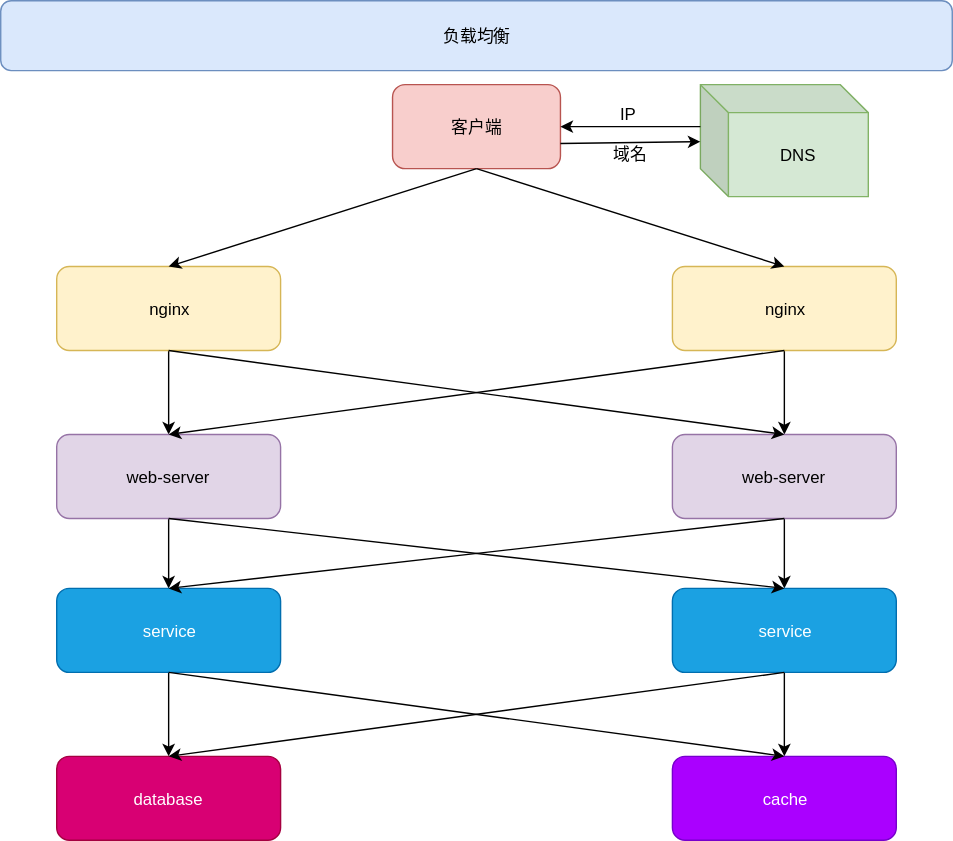
cd-home/Root keeps this draw.io diagram as 19-基础设施/00-网关/00-Nginx/images/负载均衡1.svg. Above is the earlier version. Source tidied: cells renumbered, new cells last; positions are measured from the earlier drawing's top-left corner, leaving out a move shared by most shapes. The source it was exported from:
```xml
<mxGraphModel>
  <root>
    <mxCell id="0" />
    <mxCell id="1" parent="0" />
    <mxCell id="2" value="负载均衡" style="rounded=1;whiteSpace=wrap;html=1;fillColor=#dae8fc;strokeColor=#6c8ebf;" parent="1" vertex="1">
      <mxGeometry width="680" height="50" as="geometry" />
    </mxCell>
    <mxCell id="3" style="edgeStyle=orthogonalEdgeStyle;rounded=0;jettySize=auto;html=1;" parent="1" edge="1" source="4" target="6">
      <mxGeometry relative="1" as="geometry" />
    </mxCell>
    <mxCell id="4" value="nginx" style="rounded=1;whiteSpace=wrap;html=1;fillColor=#fff2cc;strokeColor=#d6b656;" parent="1" vertex="1">
      <mxGeometry x="40" y="190" width="160" height="60" as="geometry" />
    </mxCell>
    <mxCell id="5" style="edgeStyle=orthogonalEdgeStyle;rounded=0;jettySize=auto;html=1;" parent="1" edge="1" source="6" target="8">
      <mxGeometry relative="1" as="geometry" />
    </mxCell>
    <mxCell id="6" value="web-server" style="rounded=1;whiteSpace=wrap;html=1;fillColor=#e1d5e7;strokeColor=#9673a6;" parent="1" vertex="1">
      <mxGeometry x="40" y="310" width="160" height="60" as="geometry" />
    </mxCell>
    <mxCell id="7" style="edgeStyle=orthogonalEdgeStyle;rounded=0;jettySize=auto;html=1;" parent="1" edge="1" source="8" target="9">
      <mxGeometry relative="1" as="geometry" />
    </mxCell>
    <mxCell id="8" value="service" style="rounded=1;whiteSpace=wrap;html=1;fillColor=#1ba1e2;strokeColor=#006EAF;fontColor=#ffffff;" parent="1" vertex="1">
      <mxGeometry x="40" y="420" width="160" height="60" as="geometry" />
    </mxCell>
    <mxCell id="9" value="database" style="rounded=1;whiteSpace=wrap;html=1;fillColor=#d80073;strokeColor=#A50040;fontColor=#ffffff;" parent="1" vertex="1">
      <mxGeometry x="40" y="540" width="160" height="60" as="geometry" />
    </mxCell>
    <mxCell id="10" style="edgeStyle=orthogonalEdgeStyle;rounded=0;jettySize=auto;html=1;" parent="1" edge="1" source="11" target="13">
      <mxGeometry relative="1" as="geometry" />
    </mxCell>
    <mxCell id="11" value="nginx" style="rounded=1;whiteSpace=wrap;html=1;fillColor=#fff2cc;strokeColor=#d6b656;" parent="1" vertex="1">
      <mxGeometry x="480" y="190" width="160" height="60" as="geometry" />
    </mxCell>
    <mxCell id="12" style="edgeStyle=orthogonalEdgeStyle;rounded=0;jettySize=auto;html=1;" parent="1" edge="1" source="13" target="15">
      <mxGeometry relative="1" as="geometry" />
    </mxCell>
    <mxCell id="13" value="web-server" style="rounded=1;whiteSpace=wrap;html=1;fillColor=#e1d5e7;strokeColor=#9673a6;" parent="1" vertex="1">
      <mxGeometry x="480" y="310" width="160" height="60" as="geometry" />
    </mxCell>
    <mxCell id="14" style="edgeStyle=orthogonalEdgeStyle;rounded=0;jettySize=auto;html=1;" parent="1" edge="1" source="15" target="16">
      <mxGeometry relative="1" as="geometry" />
    </mxCell>
    <mxCell id="15" value="service" style="rounded=1;whiteSpace=wrap;html=1;fillColor=#1ba1e2;strokeColor=#006EAF;fontColor=#ffffff;" parent="1" vertex="1">
      <mxGeometry x="480" y="420" width="160" height="60" as="geometry" />
    </mxCell>
    <mxCell id="16" value="cache" style="rounded=1;whiteSpace=wrap;html=1;fillColor=#aa00ff;strokeColor=#7700CC;fontColor=#ffffff;" parent="1" vertex="1">
      <mxGeometry x="480" y="540" width="160" height="60" as="geometry" />
    </mxCell>
    <mxCell id="17" value="客户端" style="rounded=1;whiteSpace=wrap;html=1;fillColor=#f8cecc;strokeColor=#b85450;" parent="1" vertex="1">
      <mxGeometry x="280" y="60" width="120" height="60" as="geometry" />
    </mxCell>
    <mxCell id="18" value="DNS" style="shape=cube;whiteSpace=wrap;html=1;boundedLbl=1;backgroundOutline=1;darkOpacity=0.05;darkOpacity2=0.1;fillColor=#d5e8d4;strokeColor=#82b366;" parent="1" vertex="1">
      <mxGeometry x="500" y="60" width="120" height="80" as="geometry" />
    </mxCell>
    <mxCell id="19" style="endArrow=classic;html=1;exitX=0.5;exitY=1;exitDx=0;exitDy=0;entryX=0.5;entryY=0;entryDx=0;entryDy=0;" parent="1" edge="1" source="17" target="4">
      <mxGeometry relative="1" as="geometry" />
    </mxCell>
    <mxCell id="20" style="endArrow=classic;html=1;exitX=0.5;exitY=1;exitDx=0;exitDy=0;entryX=0.5;entryY=0;entryDx=0;entryDy=0;" parent="1" edge="1" source="17" target="11">
      <mxGeometry relative="1" as="geometry" />
    </mxCell>
    <mxCell id="21" style="endArrow=classic;html=1;exitX=0;exitY=0;exitDx=0;exitDy=30;exitPerimeter=0;entryX=1;entryY=0.5;entryDx=0;entryDy=0;" parent="1" edge="1" source="18" target="17">
      <mxGeometry relative="1" as="geometry" />
    </mxCell>
    <mxCell id="22" style="endArrow=classic;html=1;" parent="1" edge="1" target="18">
      <mxGeometry relative="1" as="geometry">
        <mxPoint x="400" y="102" as="sourcePoint" />
      </mxGeometry>
    </mxCell>
    <mxCell id="23" style="endArrow=classic;html=1;exitX=0.5;exitY=1;exitDx=0;exitDy=0;entryX=0.5;entryY=0;entryDx=0;entryDy=0;" parent="1" edge="1" source="4" target="13">
      <mxGeometry relative="1" as="geometry" />
    </mxCell>
    <mxCell id="24" style="endArrow=classic;html=1;exitX=0.5;exitY=1;exitDx=0;exitDy=0;entryX=0.5;entryY=0;entryDx=0;entryDy=0;" parent="1" edge="1" source="11" target="6">
      <mxGeometry relative="1" as="geometry" />
    </mxCell>
    <mxCell id="25" style="endArrow=classic;html=1;exitX=0.5;exitY=1;exitDx=0;exitDy=0;entryX=0.5;entryY=0;entryDx=0;entryDy=0;" parent="1" edge="1" source="6" target="15">
      <mxGeometry relative="1" as="geometry" />
    </mxCell>
    <mxCell id="26" style="endArrow=classic;html=1;exitX=0.5;exitY=1;exitDx=0;exitDy=0;entryX=0.5;entryY=0;entryDx=0;entryDy=0;" parent="1" edge="1" source="13" target="8">
      <mxGeometry relative="1" as="geometry" />
    </mxCell>
    <mxCell id="27" style="endArrow=classic;html=1;exitX=0.5;exitY=1;exitDx=0;exitDy=0;entryX=0.5;entryY=0;entryDx=0;entryDy=0;" parent="1" edge="1" source="8" target="16">
      <mxGeometry relative="1" as="geometry" />
    </mxCell>
    <mxCell id="28" style="endArrow=classic;html=1;exitX=0.5;exitY=1;exitDx=0;exitDy=0;entryX=0.5;entryY=0;entryDx=0;entryDy=0;" parent="1" edge="1" source="15" target="9">
      <mxGeometry relative="1" as="geometry" />
    </mxCell>
    <mxCell id="29" value="IP" style="text;html=1;align=left;verticalAlign=top;spacingTop=-4;" parent="1" vertex="1">
      <mxGeometry x="441" y="72" width="30" height="20" as="geometry" />
    </mxCell>
    <mxCell id="30" value="域名" style="text;html=1;align=left;verticalAlign=top;spacingTop=-4;" parent="1" vertex="1">
      <mxGeometry x="436" y="100" width="40" height="20" as="geometry" />
    </mxCell>
  </root>
</mxGraphModel>
```
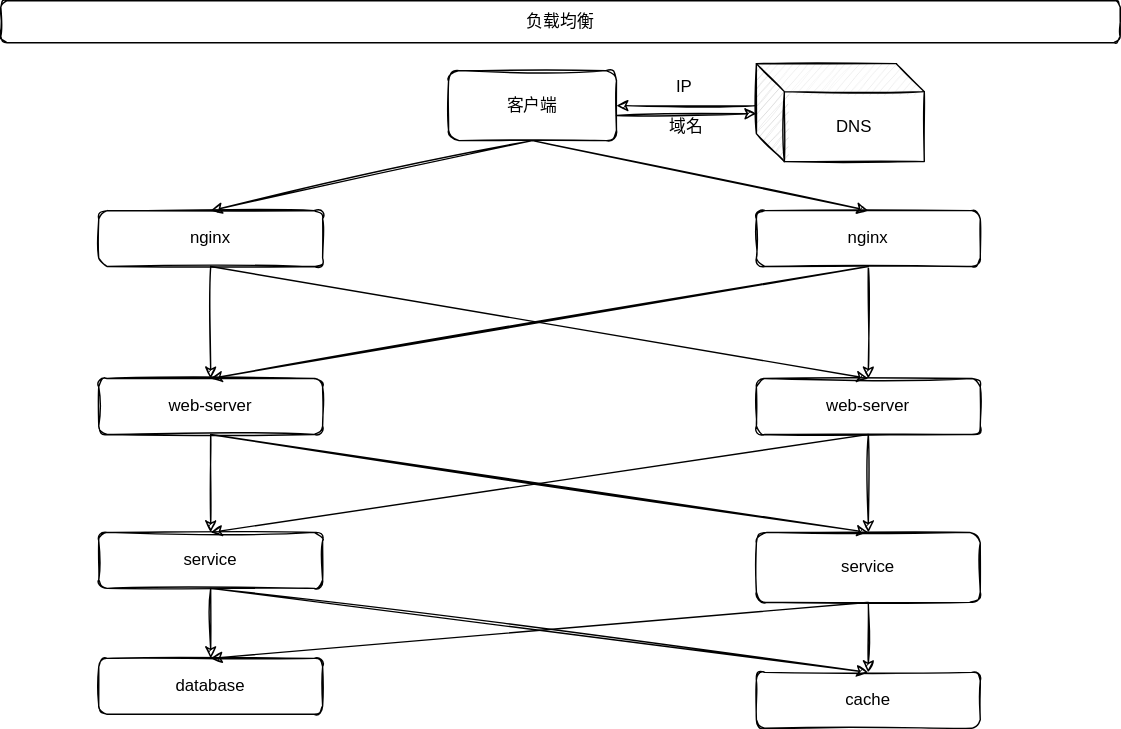
After the change.

What changed in the source:
```diff
@@ -2,93 +2,93 @@
   <root>
     <mxCell id="0" />
     <mxCell id="1" parent="0" />
-    <mxCell id="2" value="负载均衡" style="rounded=1;whiteSpace=wrap;html=1;fillColor=#dae8fc;strokeColor=#6c8ebf;" parent="1" vertex="1">
-      <mxGeometry width="680" height="50" as="geometry" />
+    <mxCell id="2" value="负载均衡" style="rounded=1;whiteSpace=wrap;html=1;sketch=1;" parent="1" vertex="1">
+      <mxGeometry x="-40" y="20" width="800" height="30" as="geometry" />
     </mxCell>
-    <mxCell id="3" style="edgeStyle=orthogonalEdgeStyle;rounded=0;jettySize=auto;html=1;" parent="1" edge="1" source="4" target="6">
+    <mxCell id="3" style="edgeStyle=orthogonalEdgeStyle;rounded=0;jettySize=auto;html=1;sketch=1;" parent="1" edge="1" source="4" target="6">
       <mxGeometry relative="1" as="geometry" />
     </mxCell>
-    <mxCell id="4" value="nginx" style="rounded=1;whiteSpace=wrap;html=1;fillColor=#fff2cc;strokeColor=#d6b656;" parent="1" vertex="1">
-      <mxGeometry x="40" y="190" width="160" height="60" as="geometry" />
+    <mxCell id="4" value="nginx" style="rounded=1;whiteSpace=wrap;html=1;sketch=1;" parent="1" vertex="1">
+      <mxGeometry x="30" y="170" width="160" height="40" as="geometry" />
     </mxCell>
-    <mxCell id="5" style="edgeStyle=orthogonalEdgeStyle;rounded=0;jettySize=auto;html=1;" parent="1" edge="1" source="6" target="8">
+    <mxCell id="5" style="edgeStyle=orthogonalEdgeStyle;rounded=0;jettySize=auto;html=1;sketch=1;" parent="1" edge="1" source="6" target="8">
       <mxGeometry relative="1" as="geometry" />
     </mxCell>
-    <mxCell id="6" value="web-server" style="rounded=1;whiteSpace=wrap;html=1;fillColor=#e1d5e7;strokeColor=#9673a6;" parent="1" vertex="1">
-      <mxGeometry x="40" y="310" width="160" height="60" as="geometry" />
+    <mxCell id="6" value="web-server" style="rounded=1;whiteSpace=wrap;html=1;sketch=1;" parent="1" vertex="1">
+      <mxGeometry x="30" y="290" width="160" height="40" as="geometry" />
     </mxCell>
-    <mxCell id="7" style="edgeStyle=orthogonalEdgeStyle;rounded=0;jettySize=auto;html=1;" parent="1" edge="1" source="8" target="9">
+    <mxCell id="7" style="edgeStyle=orthogonalEdgeStyle;rounded=0;jettySize=auto;html=1;sketch=1;" parent="1" edge="1" source="8" target="9">
       <mxGeometry relative="1" as="geometry" />
     </mxCell>
-    <mxCell id="8" value="service" style="rounded=1;whiteSpace=wrap;html=1;fillColor=#1ba1e2;strokeColor=#006EAF;fontColor=#ffffff;" parent="1" vertex="1">
-      <mxGeometry x="40" y="420" width="160" height="60" as="geometry" />
+    <mxCell id="8" value="service" style="rounded=1;whiteSpace=wrap;html=1;sketch=1;" parent="1" vertex="1">
+      <mxGeometry x="30" y="400" width="160" height="40" as="geometry" />
     </mxCell>
-    <mxCell id="9" value="database" style="rounded=1;whiteSpace=wrap;html=1;fillColor=#d80073;strokeColor=#A50040;fontColor=#ffffff;" parent="1" vertex="1">
-      <mxGeometry x="40" y="540" width="160" height="60" as="geometry" />
+    <mxCell id="9" value="database" style="rounded=1;whiteSpace=wrap;html=1;sketch=1;" parent="1" vertex="1">
+      <mxGeometry x="30" y="490" width="160" height="40" as="geometry" />
     </mxCell>
-    <mxCell id="10" style="edgeStyle=orthogonalEdgeStyle;rounded=0;jettySize=auto;html=1;" parent="1" edge="1" source="11" target="13">
+    <mxCell id="10" style="edgeStyle=orthogonalEdgeStyle;rounded=0;jettySize=auto;html=1;sketch=1;" parent="1" edge="1" source="11" target="13">
       <mxGeometry relative="1" as="geometry" />
     </mxCell>
-    <mxCell id="11" value="nginx" style="rounded=1;whiteSpace=wrap;html=1;fillColor=#fff2cc;strokeColor=#d6b656;" parent="1" vertex="1">
-      <mxGeometry x="480" y="190" width="160" height="60" as="geometry" />
+    <mxCell id="11" value="nginx" style="rounded=1;whiteSpace=wrap;html=1;sketch=1;" parent="1" vertex="1">
+      <mxGeometry x="500" y="170" width="160" height="40" as="geometry" />
     </mxCell>
-    <mxCell id="12" style="edgeStyle=orthogonalEdgeStyle;rounded=0;jettySize=auto;html=1;" parent="1" edge="1" source="13" target="15">
+    <mxCell id="12" style="edgeStyle=orthogonalEdgeStyle;rounded=0;jettySize=auto;html=1;sketch=1;" parent="1" edge="1" source="13" target="15">
       <mxGeometry relative="1" as="geometry" />
     </mxCell>
-    <mxCell id="13" value="web-server" style="rounded=1;whiteSpace=wrap;html=1;fillColor=#e1d5e7;strokeColor=#9673a6;" parent="1" vertex="1">
-      <mxGeometry x="480" y="310" width="160" height="60" as="geometry" />
+    <mxCell id="13" value="web-server" style="rounded=1;whiteSpace=wrap;html=1;sketch=1;" parent="1" vertex="1">
+      <mxGeometry x="500" y="290" width="160" height="40" as="geometry" />
     </mxCell>
-    <mxCell id="14" style="edgeStyle=orthogonalEdgeStyle;rounded=0;jettySize=auto;html=1;" parent="1" edge="1" source="15" target="16">
+    <mxCell id="14" style="edgeStyle=orthogonalEdgeStyle;rounded=0;jettySize=auto;html=1;sketch=1;" parent="1" edge="1" source="15" target="16">
       <mxGeometry relative="1" as="geometry" />
     </mxCell>
-    <mxCell id="15" value="service" style="rounded=1;whiteSpace=wrap;html=1;fillColor=#1ba1e2;strokeColor=#006EAF;fontColor=#ffffff;" parent="1" vertex="1">
-      <mxGeometry x="480" y="420" width="160" height="60" as="geometry" />
+    <mxCell id="15" value="service" style="rounded=1;whiteSpace=wrap;html=1;sketch=1;" parent="1" vertex="1">
+      <mxGeometry x="500" y="400" width="160" height="50" as="geometry" />
     </mxCell>
-    <mxCell id="16" value="cache" style="rounded=1;whiteSpace=wrap;html=1;fillColor=#aa00ff;strokeColor=#7700CC;fontColor=#ffffff;" parent="1" vertex="1">
-      <mxGeometry x="480" y="540" width="160" height="60" as="geometry" />
+    <mxCell id="16" value="cache" style="rounded=1;whiteSpace=wrap;html=1;sketch=1;" parent="1" vertex="1">
+      <mxGeometry x="500" y="520" width="160" height="40" as="geometry" />
     </mxCell>
-    <mxCell id="17" value="客户端" style="rounded=1;whiteSpace=wrap;html=1;fillColor=#f8cecc;strokeColor=#b85450;" parent="1" vertex="1">
-      <mxGeometry x="280" y="60" width="120" height="60" as="geometry" />
+    <mxCell id="17" value="客户端" style="rounded=1;whiteSpace=wrap;html=1;sketch=1;" parent="1" vertex="1">
+      <mxGeometry x="280" y="70" width="120" height="50" as="geometry" />
     </mxCell>
-    <mxCell id="18" value="DNS" style="shape=cube;whiteSpace=wrap;html=1;boundedLbl=1;backgroundOutline=1;darkOpacity=0.05;darkOpacity2=0.1;fillColor=#d5e8d4;strokeColor=#82b366;" parent="1" vertex="1">
-      <mxGeometry x="500" y="60" width="120" height="80" as="geometry" />
+    <mxCell id="18" value="DNS" style="shape=cube;whiteSpace=wrap;html=1;boundedLbl=1;backgroundOutline=1;darkOpacity=0.05;darkOpacity2=0.1;sketch=1;" parent="1" vertex="1">
+      <mxGeometry x="500" y="65" width="120" height="70" as="geometry" />
     </mxCell>
-    <mxCell id="19" style="endArrow=classic;html=1;exitX=0.5;exitY=1;exitDx=0;exitDy=0;entryX=0.5;entryY=0;entryDx=0;entryDy=0;" parent="1" edge="1" source="17" target="4">
+    <mxCell id="19" style="endArrow=classic;html=1;exitX=0.5;exitY=1;exitDx=0;exitDy=0;entryX=0.5;entryY=0;entryDx=0;entryDy=0;sketch=1;" parent="1" edge="1" source="17" target="4">
       <mxGeometry relative="1" as="geometry" />
     </mxCell>
-    <mxCell id="20" style="endArrow=classic;html=1;exitX=0.5;exitY=1;exitDx=0;exitDy=0;entryX=0.5;entryY=0;entryDx=0;entryDy=0;" parent="1" edge="1" source="17" target="11">
+    <mxCell id="20" style="endArrow=classic;html=1;exitX=0.5;exitY=1;exitDx=0;exitDy=0;entryX=0.5;entryY=0;entryDx=0;entryDy=0;sketch=1;" parent="1" edge="1" source="17" target="11">
       <mxGeometry relative="1" as="geometry" />
     </mxCell>
-    <mxCell id="21" style="endArrow=classic;html=1;exitX=0;exitY=0;exitDx=0;exitDy=30;exitPerimeter=0;entryX=1;entryY=0.5;entryDx=0;entryDy=0;" parent="1" edge="1" source="18" target="17">
+    <mxCell id="21" style="endArrow=classic;html=1;exitX=0;exitY=0;exitDx=0;exitDy=30;exitPerimeter=0;entryX=1;entryY=0.5;entryDx=0;entryDy=0;sketch=1;" parent="1" edge="1" source="18" target="17">
       <mxGeometry relative="1" as="geometry" />
     </mxCell>
-    <mxCell id="22" style="endArrow=classic;html=1;" parent="1" edge="1" target="18">
+    <mxCell id="22" style="endArrow=classic;html=1;sketch=1;" parent="1" edge="1" target="18">
       <mxGeometry relative="1" as="geometry">
         <mxPoint x="400" y="102" as="sourcePoint" />
       </mxGeometry>
     </mxCell>
-    <mxCell id="23" style="endArrow=classic;html=1;exitX=0.5;exitY=1;exitDx=0;exitDy=0;entryX=0.5;entryY=0;entryDx=0;entryDy=0;" parent="1" edge="1" source="4" target="13">
+    <mxCell id="23" style="endArrow=classic;html=1;exitX=0.5;exitY=1;exitDx=0;exitDy=0;entryX=0.5;entryY=0;entryDx=0;entryDy=0;sketch=1;" parent="1" edge="1" source="4" target="13">
       <mxGeometry relative="1" as="geometry" />
     </mxCell>
-    <mxCell id="24" style="endArrow=classic;html=1;exitX=0.5;exitY=1;exitDx=0;exitDy=0;entryX=0.5;entryY=0;entryDx=0;entryDy=0;" parent="1" edge="1" source="11" target="6">
+    <mxCell id="24" style="endArrow=classic;html=1;exitX=0.5;exitY=1;exitDx=0;exitDy=0;entryX=0.5;entryY=0;entryDx=0;entryDy=0;sketch=1;" parent="1" edge="1" source="11" target="6">
       <mxGeometry relative="1" as="geometry" />
     </mxCell>
-    <mxCell id="25" style="endArrow=classic;html=1;exitX=0.5;exitY=1;exitDx=0;exitDy=0;entryX=0.5;entryY=0;entryDx=0;entryDy=0;" parent="1" edge="1" source="6" target="15">
+    <mxCell id="25" style="endArrow=classic;html=1;exitX=0.5;exitY=1;exitDx=0;exitDy=0;entryX=0.5;entryY=0;entryDx=0;entryDy=0;sketch=1;" parent="1" edge="1" source="6" target="15">
       <mxGeometry relative="1" as="geometry" />
     </mxCell>
-    <mxCell id="26" style="endArrow=classic;html=1;exitX=0.5;exitY=1;exitDx=0;exitDy=0;entryX=0.5;entryY=0;entryDx=0;entryDy=0;" parent="1" edge="1" source="13" target="8">
+    <mxCell id="26" style="endArrow=classic;html=1;exitX=0.5;exitY=1;exitDx=0;exitDy=0;entryX=0.5;entryY=0;entryDx=0;entryDy=0;sketch=1;" parent="1" edge="1" source="13" target="8">
       <mxGeometry relative="1" as="geometry" />
     </mxCell>
-    <mxCell id="27" style="endArrow=classic;html=1;exitX=0.5;exitY=1;exitDx=0;exitDy=0;entryX=0.5;entryY=0;entryDx=0;entryDy=0;" parent="1" edge="1" source="8" target="16">
+    <mxCell id="27" style="endArrow=classic;html=1;exitX=0.5;exitY=1;exitDx=0;exitDy=0;entryX=0.5;entryY=0;entryDx=0;entryDy=0;sketch=1;" parent="1" edge="1" source="8" target="16">
       <mxGeometry relative="1" as="geometry" />
     </mxCell>
-    <mxCell id="28" style="endArrow=classic;html=1;exitX=0.5;exitY=1;exitDx=0;exitDy=0;entryX=0.5;entryY=0;entryDx=0;entryDy=0;" parent="1" edge="1" source="15" target="9">
+    <mxCell id="28" style="endArrow=classic;html=1;exitX=0.5;exitY=1;exitDx=0;exitDy=0;entryX=0.5;entryY=0;entryDx=0;entryDy=0;sketch=1;" parent="1" edge="1" source="15" target="9">
       <mxGeometry relative="1" as="geometry" />
     </mxCell>
-    <mxCell id="29" value="IP" style="text;html=1;align=left;verticalAlign=top;spacingTop=-4;" parent="1" vertex="1">
+    <mxCell id="29" value="IP" style="text;html=1;align=left;verticalAlign=top;spacingTop=-4;sketch=1;" parent="1" vertex="1">
       <mxGeometry x="441" y="72" width="30" height="20" as="geometry" />
     </mxCell>
-    <mxCell id="30" value="域名" style="text;html=1;align=left;verticalAlign=top;spacingTop=-4;" parent="1" vertex="1">
+    <mxCell id="30" value="域名" style="text;html=1;align=left;verticalAlign=top;spacingTop=-4;sketch=1;" parent="1" vertex="1">
       <mxGeometry x="436" y="100" width="40" height="20" as="geometry" />
     </mxCell>
   </root>
```
